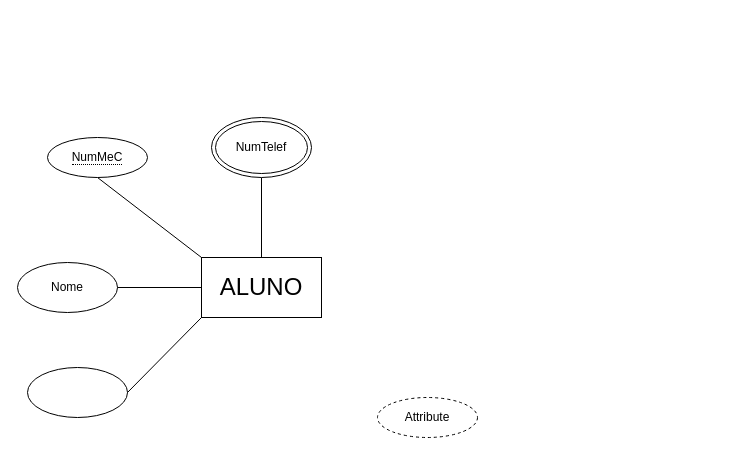
This is aaae.drawio from diogoferreira55/diagramasER, a draw.io file, before an edit. Source tidied: cells renumbered, new cells numbered last; positions are measured from the earlier drawing's top-left corner, leaving out a move shared by most shapes. Both pictures are drawn from the tidied source at 100%, with x=0, y=0 at pixel (17, 117).
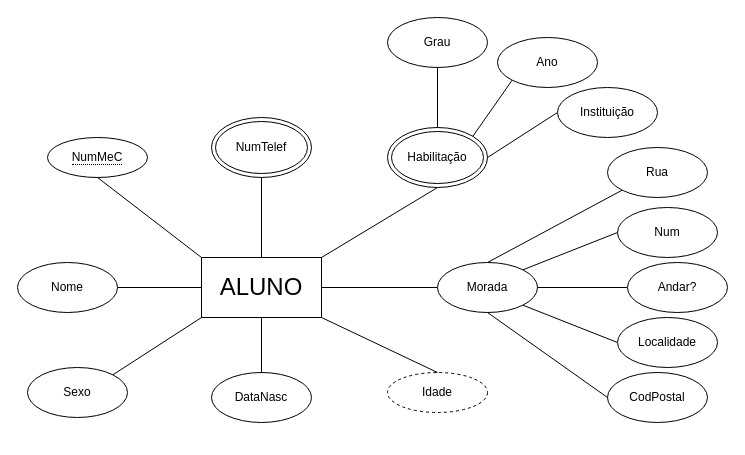
The same page after the edit.

The change refers to these unchanged cells:
```xml
<mxCell id="2" value="&lt;font style=&quot;font-size: 24px;&quot;&gt;ALUNO&lt;/font&gt;" style="rounded=0;whiteSpace=wrap;html=1;" parent="1" vertex="1">
  <mxGeometry x="184" y="140" width="120" height="60" as="geometry" />
</mxCell>
```

What changed in the source:
```diff
@@
-    <mxCell id="6" value="Attribute" style="ellipse;whiteSpace=wrap;html=1;align=center;dashed=1;" parent="1" vertex="1">
-      <mxGeometry x="360" y="280" width="100" height="40" as="geometry" />
+    <mxCell id="6" value="Idade" style="ellipse;whiteSpace=wrap;html=1;align=center;dashed=1;" parent="1" vertex="1">
+      <mxGeometry x="370" y="255" width="100" height="40" as="geometry" />
     </mxCell>
@@
-    <mxCell id="10" style="ellipse;whiteSpace=wrap;html=1;" parent="1" vertex="1">
+    <mxCell id="10" value="Sexo" style="ellipse;whiteSpace=wrap;html=1;" parent="1" vertex="1">
       <mxGeometry x="10" y="250" width="100" height="50" as="geometry" />
     </mxCell>
-    <mxCell id="11" style="endArrow=none;html=1;rounded=0;exitX=0;exitY=1;exitDx=0;exitDy=0;entryX=1;entryY=0.5;entryDx=0;entryDy=0;" parent="1" edge="1" source="2" target="10">
+    <mxCell id="11" style="endArrow=none;html=1;rounded=0;exitX=0;exitY=1;exitDx=0;exitDy=0;entryX=1;entryY=0;entryDx=0;entryDy=0;" parent="1" edge="1" source="2" target="10">
       <mxGeometry relative="1" as="geometry" />
     </mxCell>
+    <mxCell id="12" value="DataNasc" style="ellipse;whiteSpace=wrap;html=1;" parent="1" vertex="1">
+      <mxGeometry x="194" y="255" width="100" height="50" as="geometry" />
+    </mxCell>
+    <mxCell id="13" style="endArrow=none;html=1;rounded=0;exitX=0.5;exitY=1;exitDx=0;exitDy=0;entryX=0.5;entryY=0;entryDx=0;entryDy=0;" parent="1" edge="1" source="2" target="12">
+      <mxGeometry relative="1" as="geometry" />
+    </mxCell>
+    <mxCell id="14" style="endArrow=none;html=1;rounded=0;exitX=1;exitY=1;exitDx=0;exitDy=0;entryX=0.5;entryY=0;entryDx=0;entryDy=0;" parent="1" edge="1" source="2" target="6">
+      <mxGeometry relative="1" as="geometry" />
+    </mxCell>
+    <mxCell id="15" value="Habilitação" style="ellipse;shape=doubleEllipse;whiteSpace=wrap;html=1;" parent="1" vertex="1">
+      <mxGeometry x="370" y="10" width="100" height="60" as="geometry" />
+    </mxCell>
+    <mxCell id="16" style="endArrow=none;html=1;rounded=0;exitX=0.5;exitY=1;exitDx=0;exitDy=0;entryX=1;entryY=0;entryDx=0;entryDy=0;" parent="1" edge="1" source="15" target="2">
+      <mxGeometry relative="1" as="geometry" />
+    </mxCell>
+    <mxCell id="17" style="endArrow=none;html=1;rounded=0;exitX=1;exitY=0.5;exitDx=0;exitDy=0;" parent="1" edge="1" source="2">
+      <mxGeometry relative="1" as="geometry">
+        <mxPoint x="420" y="170" as="targetPoint" />
+      </mxGeometry>
+    </mxCell>
+    <mxCell id="18" value="Morada" style="ellipse;whiteSpace=wrap;html=1;" parent="1" vertex="1">
+      <mxGeometry x="420" y="145" width="100" height="50" as="geometry" />
+    </mxCell>
+    <mxCell id="19" style="endArrow=none;html=1;rounded=0;exitX=0.5;exitY=0;exitDx=0;exitDy=0;entryX=0;entryY=1;entryDx=0;entryDy=0;" parent="1" edge="1" source="18" target="24">
+      <mxGeometry relative="1" as="geometry" />
+    </mxCell>
+    <mxCell id="20" style="endArrow=none;html=1;rounded=0;exitX=1;exitY=0;exitDx=0;exitDy=0;entryX=0;entryY=0.5;entryDx=0;entryDy=0;" parent="1" edge="1" source="18" target="25">
+      <mxGeometry relative="1" as="geometry" />
+    </mxCell>
+    <mxCell id="21" style="endArrow=none;html=1;rounded=0;exitX=1;exitY=0.5;exitDx=0;exitDy=0;entryX=0;entryY=0.5;entryDx=0;entryDy=0;" parent="1" edge="1" source="18" target="26">
+      <mxGeometry relative="1" as="geometry" />
+    </mxCell>
+    <mxCell id="22" style="endArrow=none;html=1;rounded=0;exitX=1;exitY=1;exitDx=0;exitDy=0;entryX=0;entryY=0.5;entryDx=0;entryDy=0;" parent="1" edge="1" source="18" target="27">
+      <mxGeometry relative="1" as="geometry" />
+    </mxCell>
+    <mxCell id="23" style="endArrow=none;html=1;rounded=0;exitX=0.5;exitY=1;exitDx=0;exitDy=0;entryX=0;entryY=0.5;entryDx=0;entryDy=0;" parent="1" edge="1" source="18" target="28">
+      <mxGeometry relative="1" as="geometry" />
+    </mxCell>
+    <mxCell id="24" value="Rua" style="ellipse;whiteSpace=wrap;html=1;" parent="1" vertex="1">
+      <mxGeometry x="590" y="30" width="100" height="50" as="geometry" />
+    </mxCell>
+    <mxCell id="25" value="Num" style="ellipse;whiteSpace=wrap;html=1;" parent="1" vertex="1">
+      <mxGeometry x="600" y="90" width="100" height="50" as="geometry" />
+    </mxCell>
+    <mxCell id="26" value="Andar?" style="ellipse;whiteSpace=wrap;html=1;" parent="1" vertex="1">
+      <mxGeometry x="610" y="145" width="100" height="50" as="geometry" />
+    </mxCell>
+    <mxCell id="27" value="Localidade" style="ellipse;whiteSpace=wrap;html=1;" parent="1" vertex="1">
+      <mxGeometry x="600" y="200" width="100" height="50" as="geometry" />
+    </mxCell>
+    <mxCell id="28" value="CodPostal" style="ellipse;whiteSpace=wrap;html=1;" parent="1" vertex="1">
+      <mxGeometry x="590" y="255" width="100" height="50" as="geometry" />
+    </mxCell>
+    <mxCell id="29" style="endArrow=none;html=1;rounded=0;exitX=0.5;exitY=0;exitDx=0;exitDy=0;" parent="1" edge="1" source="15">
+      <mxGeometry relative="1" as="geometry">
+        <mxPoint x="420" y="-50" as="targetPoint" />
+      </mxGeometry>
+    </mxCell>
+    <mxCell id="30" style="endArrow=none;html=1;rounded=0;exitX=1;exitY=0;exitDx=0;exitDy=0;entryX=0;entryY=1;entryDx=0;entryDy=0;" parent="1" edge="1" source="15" target="33">
+      <mxGeometry relative="1" as="geometry" />
+    </mxCell>
+    <mxCell id="31" style="endArrow=none;html=1;rounded=0;exitX=1;exitY=0.5;exitDx=0;exitDy=0;entryX=0;entryY=0.5;entryDx=0;entryDy=0;" parent="1" edge="1" source="15" target="32">
+      <mxGeometry relative="1" as="geometry" />
+    </mxCell>
+    <mxCell id="32" value="Instituição" style="ellipse;whiteSpace=wrap;html=1;" parent="1" vertex="1">
+      <mxGeometry x="540" y="-30" width="100" height="50" as="geometry" />
+    </mxCell>
+    <mxCell id="33" value="Ano" style="ellipse;whiteSpace=wrap;html=1;" parent="1" vertex="1">
+      <mxGeometry x="480" y="-80" width="100" height="50" as="geometry" />
+    </mxCell>
+    <mxCell id="34" value="Grau" style="ellipse;whiteSpace=wrap;html=1;" parent="1" vertex="1">
+      <mxGeometry x="370" y="-100" width="100" height="50" as="geometry" />
+    </mxCell>
```
